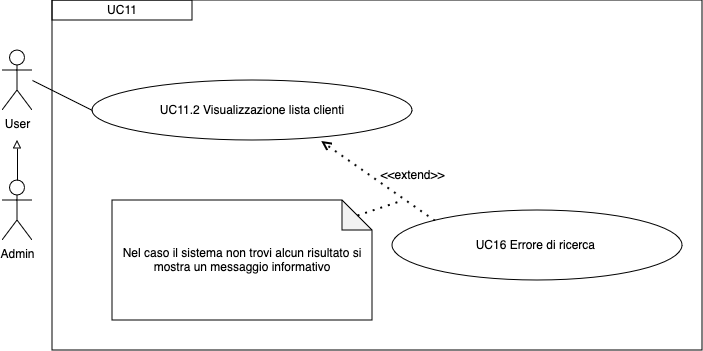
This is imgs/Uml/UC11.2.png from ShameIRL/farmacode, a draw.io export, as it was before one commit. Source tidied: cells renumbered, new cells last; positions are measured from the earlier drawing's top-left corner, leaving out a move shared by most shapes.
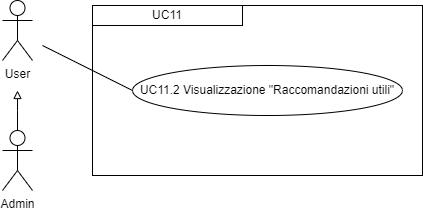
The same diagram one commit later.

What changed in the source:
```diff
@@ -2,47 +2,34 @@
   <root>
     <mxCell id="0" />
     <mxCell id="1" parent="0" />
+    <mxCell id="14" style="edgeStyle=orthogonalEdgeStyle;rounded=0;jettySize=auto;html=1;strokeColor=#000000;endArrow=block;endFill=0;" parent="1" edge="1" source="12">
+      <mxGeometry relative="1" as="geometry">
+        <mxPoint x="15" y="140" as="targetPoint" />
+        <Array as="points">
+          <mxPoint x="15" y="160" />
+          <mxPoint x="15" y="160" />
+        </Array>
+      </mxGeometry>
+    </mxCell>
+    <mxCell id="12" value="Admin" style="shape=umlActor;verticalLabelPosition=bottom;verticalAlign=top;html=1;outlineConnect=0;" parent="1" vertex="1">
+      <mxGeometry y="180" width="30" height="60" as="geometry" />
+    </mxCell>
     <mxCell id="2" value="User" style="shape=umlActor;verticalLabelPosition=bottom;verticalAlign=top;html=1;" parent="1" vertex="1">
       <mxGeometry y="50" width="30" height="60" as="geometry" />
     </mxCell>
-    <mxCell id="3" value="&lt;div&gt;UC11.2 Visualizzazione lista clienti&lt;/div&gt;" style="ellipse;whiteSpace=wrap;html=1;" parent="1" vertex="1">
-      <mxGeometry x="90" y="80" width="320" height="60" as="geometry" />
-    </mxCell>
-    <mxCell id="4" style="endArrow=none;html=1;rounded=0;entryX=0;entryY=0.5;entryDx=0;entryDy=0;" parent="1" edge="1" target="3">
-      <mxGeometry relative="1" as="geometry">
-        <mxPoint x="30" y="80" as="sourcePoint" />
-      </mxGeometry>
-    </mxCell>
+    <mxCell id="15" style="rounded=0;whiteSpace=wrap;html=1;fillColor=none;" parent="1" vertex="1">
+      <mxGeometry x="90" y="55" width="330" height="170" as="geometry" />
+    </mxCell>
-    <mxCell id="5" value="&lt;div&gt;UC11&lt;/div&gt;" style="rounded=0;whiteSpace=wrap;html=1;" parent="1" vertex="1">
-      <mxGeometry x="50" width="140" height="20" as="geometry" />
+    <mxCell id="5" value="&lt;div style=&quot;&quot;&gt;UC11&lt;/div&gt;" style="rounded=0;whiteSpace=wrap;html=1;fillColor=none;align=center;" parent="1" vertex="1">
+      <mxGeometry x="90" y="55" width="150" height="20" as="geometry" />
     </mxCell>
-    <mxCell id="6" value="Nel caso il sistema non trovi alcun risultato si mostra un messaggio informativo" style="shape=note;whiteSpace=wrap;html=1;backgroundOutline=1;darkOpacity=0.05;" parent="1" vertex="1">
-      <mxGeometry x="110" y="200" width="260" height="120" as="geometry" />
-    </mxCell>
-    <mxCell id="7" style="endArrow=open;dashed=1;html=1;dashPattern=1 3;strokeWidth=2;rounded=0;entryX=0.716;entryY=1.017;entryDx=0;entryDy=0;entryPerimeter=0;exitX=0;exitY=0;exitDx=0;exitDy=0;" parent="1" edge="1" source="8" target="3">
-      <mxGeometry relative="1" as="geometry" />
-    </mxCell>
-    <mxCell id="8" value="UC16 Errore di ricerca&amp;nbsp;" style="ellipse;whiteSpace=wrap;html=1;" parent="1" vertex="1">
-      <mxGeometry x="390" y="210" width="290" height="70" as="geometry" />
-    </mxCell>
-    <mxCell id="9" style="endArrow=none;dashed=1;html=1;dashPattern=1 3;strokeWidth=2;rounded=0;exitX=0;exitY=0;exitDx=245;exitDy=15;exitPerimeter=0;endFill=0;" parent="1" edge="1" source="6">
-      <mxGeometry relative="1" as="geometry">
-        <mxPoint x="400" y="200" as="targetPoint" />
-      </mxGeometry>
-    </mxCell>
-    <mxCell id="10" value="&amp;lt;&amp;lt;extend&amp;gt;&amp;gt;" style="text;html=1;align=center;verticalAlign=middle;strokeColor=none;fillColor=none;" parent="1" vertex="1">
-      <mxGeometry x="365" y="160" width="90" height="30" as="geometry" />
-    </mxCell>
-    <mxCell id="11" style="rounded=0;whiteSpace=wrap;html=1;fillColor=none;" parent="1" vertex="1">
-      <mxGeometry x="50" width="650" height="350" as="geometry" />
-    </mxCell>
-    <mxCell id="12" value="Admin" style="shape=umlActor;verticalLabelPosition=bottom;verticalAlign=top;html=1;outlineConnect=0;" parent="1" vertex="1">
-      <mxGeometry y="180" width="30" height="60" as="geometry" />
-    </mxCell>
-    <mxCell id="13" style="endArrow=block;html=1;rounded=0;exitX=0.5;exitY=0;exitDx=0;exitDy=0;exitPerimeter=0;endFill=0;" parent="1" edge="1" source="12">
-      <mxGeometry relative="1" as="geometry">
-        <mxPoint x="15" y="140" as="targetPoint" />
-      </mxGeometry>
-    </mxCell>
+    <mxCell id="16" value="UC11.2 Visualizzazione &quot;Raccomandazioni utili&quot;" style="ellipse;whiteSpace=wrap;html=1;" parent="1" vertex="1">
+      <mxGeometry x="130" y="115" width="270" height="50" as="geometry" />
+    </mxCell>
+    <mxCell id="17" style="endArrow=none;html=1;rounded=0;entryX=0;entryY=0.5;entryDx=0;entryDy=0;" parent="1" edge="1" target="16">
+      <mxGeometry relative="1" as="geometry">
+        <mxPoint x="40" y="95" as="sourcePoint" />
+      </mxGeometry>
+    </mxCell>
   </root>
 </mxGraphModel>
```
